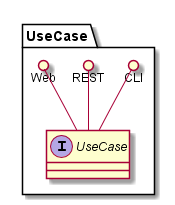
Earlier version of the PlantUML export docs/Solution/UseCase/Logical.png (madajaju/bouquet).
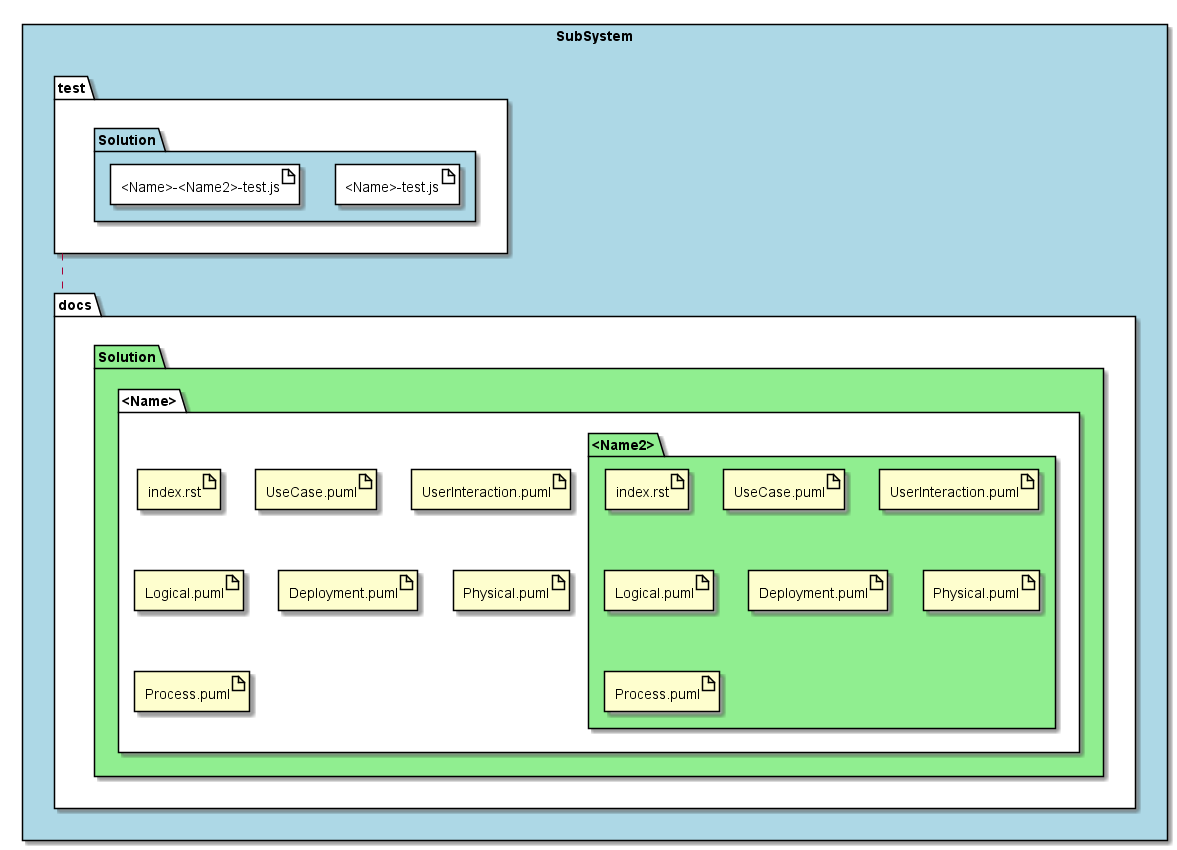
Later version of the same file.

The edit, as a diff of the source:
```diff
@@ -1,13 +1,35 @@
 @startuml
+rectangle "SubSystem" #lightblue {
+    folder docs #white {
+      folder Solution #lightgreen {
+        folder <Name> #white {
+          artifact index.rst
+          artifact "UseCase.puml"
+          artifact "UserInteraction.puml"
+          artifact "Logical.puml"
+          artifact "Deployment.puml"
+          artifact "Physical.puml"
+          artifact "Process.puml"
+          folder <Name2> #lightgreen {
+              artifact index.rst as 2i
+              artifact "UseCase.puml" as 2u
+              artifact "UserInteraction.puml" as 2ui
+              artifact "Logical.puml" as 2l
+              artifact "Deployment.puml" as 2d
+              artifact "Physical.puml" as 2f
+              artifact "Process.puml" as 2p
+            }
+        }
+      }
+    }
 
-package "UseCase" {
-    interface "UseCase" {
-
+    folder test #white {
+      folder Solution as ts #lightblue {
+        artifact "<Name>-test.js" #white
+        artifact "<Name>-<Name2>-test.js" #white
+      }
     }
-    CLI ()-- "UseCase"
-    REST ()-- "UseCase"
-    Web ()-- "UseCase"
-
+    test .. docs
 }
 
 
```
